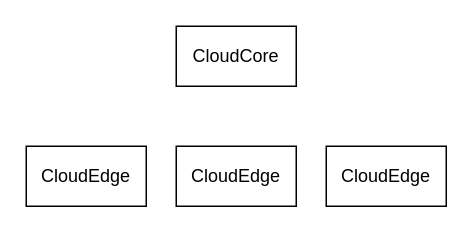
Before: K8s- session 1.drawio in seekasra/DiBucket, a draw.io diagram. Source tidied: cells renumbered, new cells numbered last; positions are measured from the earlier drawing's top-left corner, leaving out a move shared by most shapes. Both pictures are drawn from the tidied source at 150%, with x=0, y=0 at pixel (26, 26).
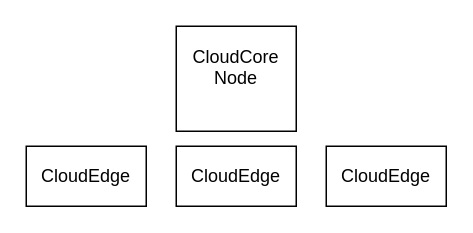
The same diagram, later.

Diff of the diagram source:
```diff
@@
 <mxGraphModel>
   <root>
     <mxCell id="0" />
     <mxCell id="1" parent="0" />
-    <mxCell id="2" value="CloudCore" style="rounded=0;whiteSpace=wrap;html=1;" parent="1" vertex="1">
-      <mxGeometry x="100" width="80" height="40" as="geometry" />
+    <mxCell id="2" value="CloudCore Node&lt;br&gt;&lt;br&gt;" style="rounded=0;whiteSpace=wrap;html=1;" parent="1" vertex="1">
+      <mxGeometry x="100" width="80" height="70" as="geometry" />
     </mxCell>
     <mxCell id="3" value="CloudEdge" style="rounded=0;whiteSpace=wrap;html=1;" parent="1" vertex="1">
       <mxGeometry x="100" y="80" width="80" height="40" as="geometry" />
     </mxCell>
     <mxCell id="4" value="CloudEdge" style="rounded=0;whiteSpace=wrap;html=1;" parent="1" vertex="1">
       <mxGeometry y="80" width="80" height="40" as="geometry" />
     </mxCell>
     <mxCell id="5" value="CloudEdge" style="rounded=0;whiteSpace=wrap;html=1;" parent="1" vertex="1">
       <mxGeometry x="200" y="80" width="80" height="40" as="geometry" />
     </mxCell>
   </root>
 </mxGraphModel>
```
